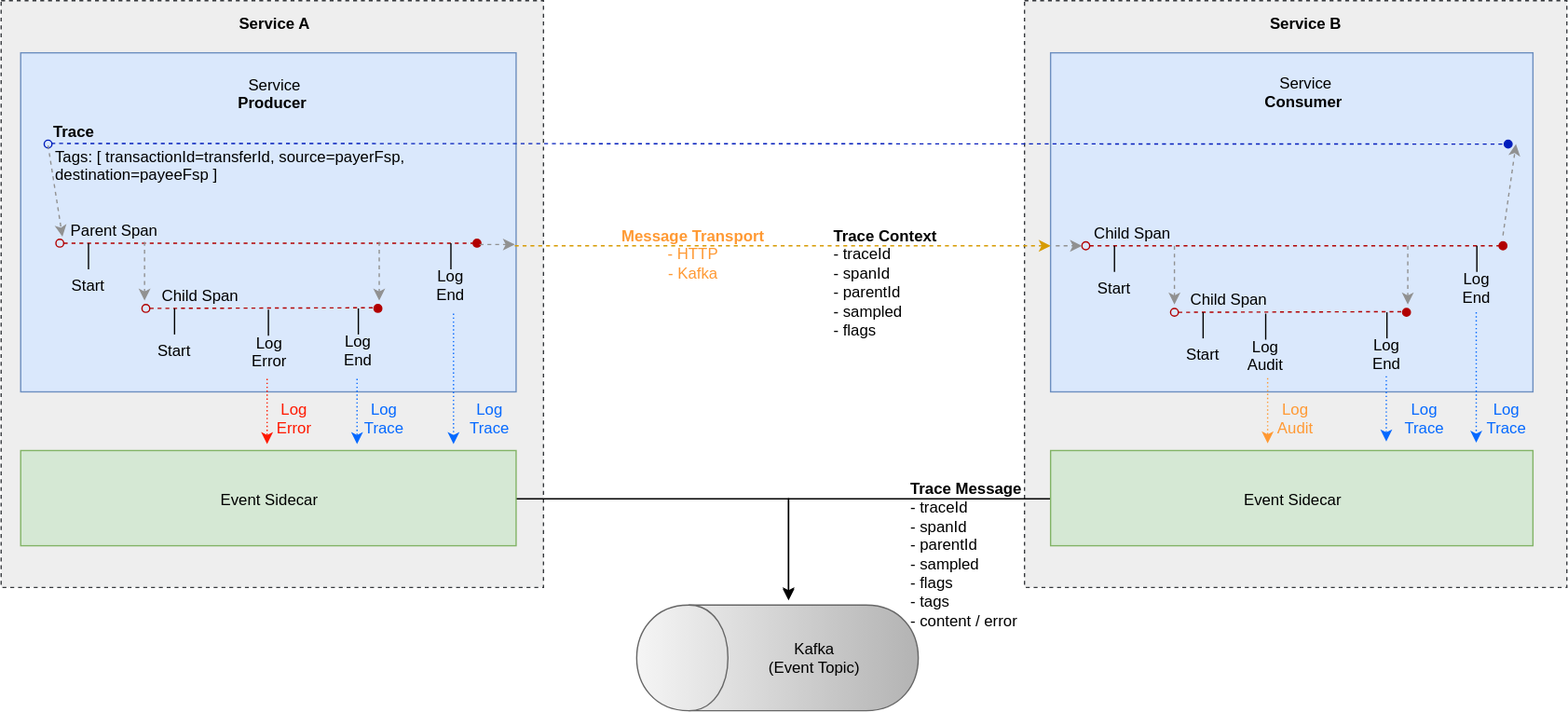
Before: mojaloop-technical-overview/event-framework/assets/diagrams/architecture/architecture-event-trace.svg, a diagram exported from draw.io (mojaloop/documentation). Source tidied: cells renumbered, new cells last; positions are measured from the earlier drawing's top-left corner, leaving out a move shared by most shapes.
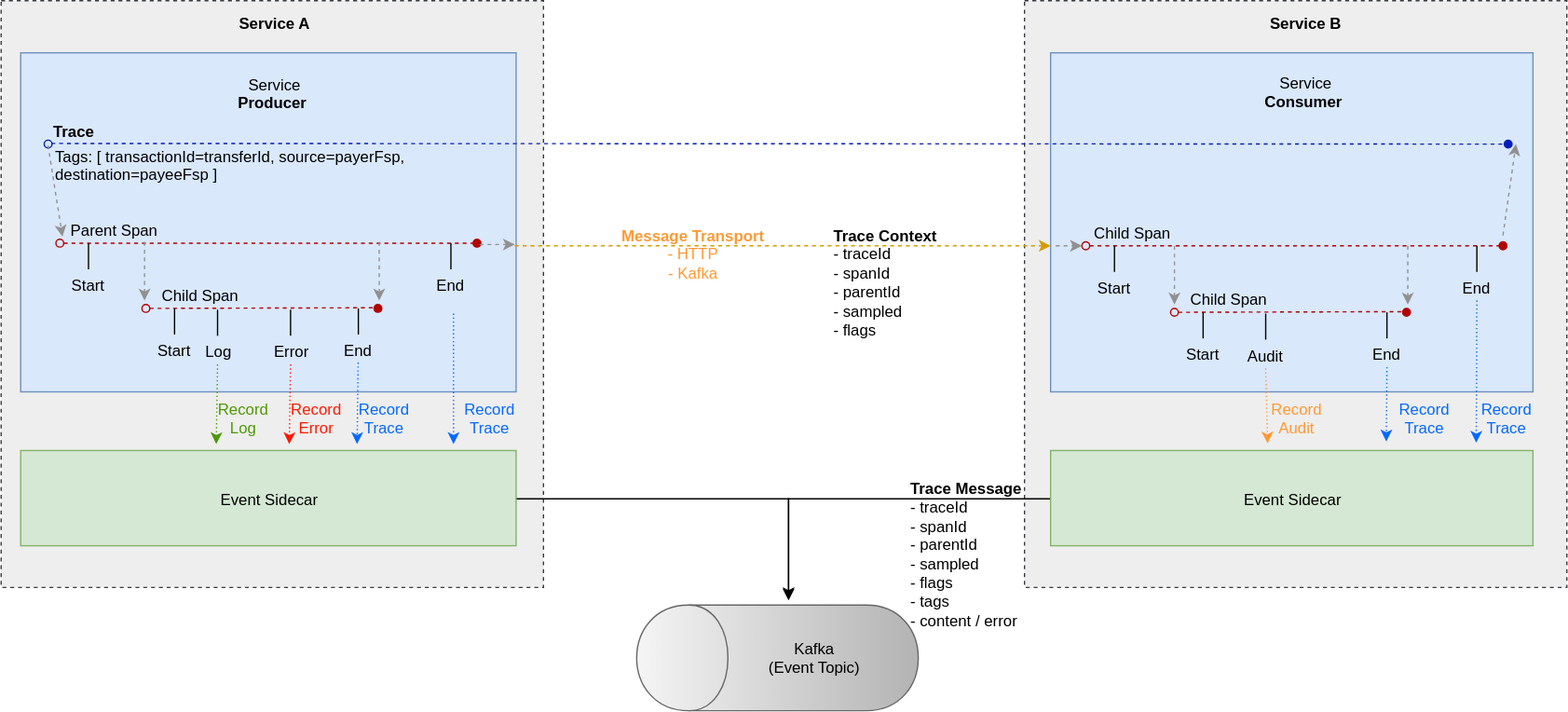
Later version of the same file.

Commit message:
Updated design for error handling changes + tags

Diff of the diagram source:
```diff
@@ -53,7 +53,7 @@
         <mxPoint x="345" y="186" as="targetPoint" />
       </mxGeometry>
     </mxCell>
-    <mxCell id="15" value="Log&lt;br&gt;End&lt;br&gt;" style="text;html=1;strokeColor=none;fillColor=none;align=center;verticalAlign=middle;whiteSpace=wrap;rounded=0;" parent="1" vertex="1">
+    <mxCell id="15" value="End&lt;br&gt;" style="text;html=1;strokeColor=none;fillColor=none;align=center;verticalAlign=middle;whiteSpace=wrap;rounded=0;" parent="1" vertex="1">
       <mxGeometry x="325" y="207.5" width="40" height="20" as="geometry" />
     </mxCell>
     <mxCell id="16" style="endArrow=oval;dashed=1;html=1;startArrow=oval;startFill=0;endFill=1;fillColor=#e51400;strokeColor=#B20000;" parent="1" edge="1">
@@ -80,7 +80,7 @@
         <mxPoint x="1132" y="188" as="targetPoint" />
       </mxGeometry>
     </mxCell>
-    <mxCell id="21" value="Log&lt;br&gt;End&lt;br&gt;" style="text;html=1;strokeColor=none;fillColor=none;align=center;verticalAlign=middle;whiteSpace=wrap;rounded=0;" parent="1" vertex="1">
+    <mxCell id="21" value="End&lt;br&gt;" style="text;html=1;strokeColor=none;fillColor=none;align=center;verticalAlign=middle;whiteSpace=wrap;rounded=0;" parent="1" vertex="1">
       <mxGeometry x="1112" y="209.5" width="40" height="20" as="geometry" />
     </mxCell>
     <mxCell id="22" style="endArrow=oval;dashed=1;html=1;startArrow=oval;startFill=0;endFill=1;fillColor=#e51400;strokeColor=#B20000;" parent="1" edge="1">
@@ -107,7 +107,7 @@
         <mxPoint x="274" y="236" as="targetPoint" />
       </mxGeometry>
     </mxCell>
-    <mxCell id="27" value="Log&lt;br&gt;End&lt;br&gt;" style="text;html=1;strokeColor=none;fillColor=none;align=center;verticalAlign=middle;whiteSpace=wrap;rounded=0;" parent="1" vertex="1">
+    <mxCell id="27" value="End&lt;br&gt;" style="text;html=1;strokeColor=none;fillColor=none;align=center;verticalAlign=middle;whiteSpace=wrap;rounded=0;" parent="1" vertex="1">
       <mxGeometry x="254" y="257.5" width="40" height="20" as="geometry" />
     </mxCell>
     <mxCell id="28" value="&lt;div style=&quot;text-align: justify&quot;&gt;&lt;span&gt;&lt;b&gt;Trace Context&lt;/b&gt;&lt;/span&gt;&lt;br&gt;&lt;span&gt;- traceId&lt;/span&gt;&lt;br&gt;&lt;span&gt;- spanId&lt;/span&gt;&lt;br&gt;&lt;span&gt;- parentId&lt;/span&gt;&lt;br&gt;&lt;/div&gt;&lt;div style=&quot;text-align: justify&quot;&gt;&lt;span&gt;- sampled&lt;/span&gt;&lt;/div&gt;&lt;div style=&quot;text-align: justify&quot;&gt;&lt;span&gt;- flags&lt;/span&gt;&lt;/div&gt;" style="text;html=1;strokeColor=none;fillColor=none;align=center;verticalAlign=middle;whiteSpace=wrap;rounded=0;" parent="1" vertex="1">
@@ -143,7 +143,7 @@
         <mxPoint x="1063" y="239" as="targetPoint" />
       </mxGeometry>
     </mxCell>
-    <mxCell id="36" value="Log&lt;br&gt;End&lt;br&gt;" style="text;html=1;strokeColor=none;fillColor=none;align=center;verticalAlign=middle;whiteSpace=wrap;rounded=0;" parent="1" vertex="1">
+    <mxCell id="36" value="End&lt;br&gt;" style="text;html=1;strokeColor=none;fillColor=none;align=center;verticalAlign=middle;whiteSpace=wrap;rounded=0;" parent="1" vertex="1">
       <mxGeometry x="1043" y="260.5" width="40" height="20" as="geometry" />
     </mxCell>
     <mxCell id="37" value="Message Transport&lt;br&gt;&lt;span style=&quot;font-weight: normal&quot;&gt;- HTTP&lt;br&gt;- Kafka&lt;/span&gt;&lt;br&gt;" style="text;html=1;strokeColor=none;fillColor=none;align=center;verticalAlign=middle;whiteSpace=wrap;rounded=0;fontStyle=1;fontColor=#FF9933;" parent="1" vertex="1">
@@ -151,12 +151,12 @@
     </mxCell>
     <mxCell id="38" style="endArrow=none;html=1;" parent="1" edge="1">
       <mxGeometry relative="1" as="geometry">
-        <mxPoint x="205" y="257" as="sourcePoint" />
-        <mxPoint x="205" y="237" as="targetPoint" />
+        <mxPoint x="222" y="257" as="sourcePoint" />
+        <mxPoint x="222" y="237" as="targetPoint" />
       </mxGeometry>
     </mxCell>
-    <mxCell id="39" value="Log&lt;br&gt;Error&lt;br&gt;" style="text;html=1;strokeColor=none;fillColor=none;align=center;verticalAlign=middle;whiteSpace=wrap;rounded=0;" parent="1" vertex="1">
-      <mxGeometry x="185" y="258.5" width="40" height="20" as="geometry" />
+    <mxCell id="39" value="Error&lt;br&gt;" style="text;html=1;strokeColor=none;fillColor=none;align=center;verticalAlign=middle;whiteSpace=wrap;rounded=0;" parent="1" vertex="1">
+      <mxGeometry x="202" y="258.5" width="40" height="20" as="geometry" />
     </mxCell>
     <mxCell id="40" style="edgeStyle=orthogonalEdgeStyle;rounded=0;jettySize=auto;html=1;startArrow=none;startFill=0;endArrow=classic;endFill=1;exitX=0;exitY=0.5;exitDx=0;exitDy=0;" parent="1" edge="1" source="45">
       <mxGeometry relative="1" as="geometry">
@@ -187,7 +187,7 @@
         <mxPoint x="347" y="340" as="targetPoint" />
       </mxGeometry>
     </mxCell>
-    <mxCell id="47" value="Log Trace&lt;br&gt;" style="text;html=1;strokeColor=none;fillColor=none;align=center;verticalAlign=middle;whiteSpace=wrap;rounded=0;fontColor=#0569FF;" parent="1" vertex="1">
+    <mxCell id="47" value="Record Trace&lt;br&gt;" style="text;html=1;strokeColor=none;fillColor=none;align=center;verticalAlign=middle;whiteSpace=wrap;rounded=0;fontColor=#0569FF;" parent="1" vertex="1">
       <mxGeometry x="1135" y="310" width="40" height="20" as="geometry" />
     </mxCell>
     <mxCell id="48" style="endArrow=classic;html=1;dashed=1;fillColor=#f5f5f5;strokeColor=#919191;" parent="1" edge="1">
@@ -244,41 +244,37 @@
     <mxCell id="58" value="&lt;div style=&quot;text-align: justify&quot;&gt;&lt;div&gt;&lt;b&gt;Trace Message&lt;/b&gt;&lt;br&gt;- traceId&lt;br&gt;- spanId&lt;br&gt;- parentId&lt;br&gt;&lt;/div&gt;&lt;div&gt;- sampled&lt;/div&gt;&lt;div&gt;- flags&lt;/div&gt;&lt;div&gt;- tags&lt;/div&gt;&lt;div&gt;- content / error&lt;/div&gt;&lt;/div&gt;" style="text;html=1;strokeColor=none;fillColor=none;align=center;verticalAlign=middle;whiteSpace=wrap;rounded=0;" parent="1" vertex="1">
       <mxGeometry x="688" y="410" width="103" height="25" as="geometry" />
     </mxCell>
-    <mxCell id="59" style="endArrow=classic;html=1;fontColor=#0000FF;strokeColor=#0569FF;dashed=1;dashPattern=1 2;" parent="1" edge="1">
+    <mxCell id="59" style="endArrow=classic;html=1;fontColor=#0000FF;strokeColor=#0569FF;dashed=1;dashPattern=1 2;exitX=0.5;exitY=1;exitDx=0;exitDy=0;" parent="1" edge="1" source="21">
       <mxGeometry relative="1" as="geometry">
-        <mxPoint x="1131.5" y="239" as="sourcePoint" />
         <mxPoint x="1131.5" y="339" as="targetPoint" />
       </mxGeometry>
     </mxCell>
-    <mxCell id="60" style="endArrow=classic;html=1;fontColor=#0000FF;strokeColor=#0569FF;dashed=1;dashPattern=1 2;" parent="1" edge="1">
+    <mxCell id="60" style="endArrow=classic;html=1;fontColor=#0000FF;strokeColor=#0569FF;dashed=1;dashPattern=1 2;exitX=0.5;exitY=1;exitDx=0;exitDy=0;" parent="1" edge="1" source="27">
       <mxGeometry relative="1" as="geometry">
-        <mxPoint x="273" y="290" as="sourcePoint" />
         <mxPoint x="273" y="340" as="targetPoint" />
       </mxGeometry>
     </mxCell>
-    <mxCell id="61" style="endArrow=classic;html=1;fontColor=#0000FF;strokeColor=#FF1900;dashed=1;dashPattern=1 2;" parent="1" edge="1">
+    <mxCell id="61" style="endArrow=classic;html=1;fontColor=#0000FF;strokeColor=#FF1900;dashed=1;dashPattern=1 2;exitX=0.5;exitY=1;exitDx=0;exitDy=0;" parent="1" edge="1" source="39">
       <mxGeometry relative="1" as="geometry">
-        <mxPoint x="204" y="290" as="sourcePoint" />
-        <mxPoint x="204" y="340" as="targetPoint" />
+        <mxPoint x="221" y="340" as="targetPoint" />
       </mxGeometry>
     </mxCell>
-    <mxCell id="62" style="endArrow=classic;html=1;fontColor=#0000FF;strokeColor=#0569FF;dashed=1;dashPattern=1 2;" parent="1" edge="1">
+    <mxCell id="62" style="endArrow=classic;html=1;fontColor=#0000FF;strokeColor=#0569FF;dashed=1;dashPattern=1 2;exitX=0.5;exitY=1;exitDx=0;exitDy=0;" parent="1" edge="1" source="36">
       <mxGeometry relative="1" as="geometry">
-        <mxPoint x="1062.5" y="288" as="sourcePoint" />
         <mxPoint x="1062.5" y="338" as="targetPoint" />
       </mxGeometry>
     </mxCell>
-    <mxCell id="63" value="Log Trace&lt;br&gt;" style="text;html=1;strokeColor=none;fillColor=none;align=center;verticalAlign=middle;whiteSpace=wrap;rounded=0;fontColor=#0569FF;" parent="1" vertex="1">
+    <mxCell id="63" value="Record Trace&lt;br&gt;" style="text;html=1;strokeColor=none;fillColor=none;align=center;verticalAlign=middle;whiteSpace=wrap;rounded=0;fontColor=#0569FF;" parent="1" vertex="1">
       <mxGeometry x="1072" y="310" width="40" height="20" as="geometry" />
     </mxCell>
-    <mxCell id="64" value="Log Trace&lt;br&gt;" style="text;html=1;strokeColor=none;fillColor=none;align=center;verticalAlign=middle;whiteSpace=wrap;rounded=0;fontColor=#0569FF;" parent="1" vertex="1">
+    <mxCell id="64" value="Record Trace&lt;br&gt;" style="text;html=1;strokeColor=none;fillColor=none;align=center;verticalAlign=middle;whiteSpace=wrap;rounded=0;fontColor=#0569FF;" parent="1" vertex="1">
       <mxGeometry x="355" y="310" width="40" height="20" as="geometry" />
     </mxCell>
-    <mxCell id="65" value="Log Trace&lt;br&gt;" style="text;html=1;strokeColor=none;fillColor=none;align=center;verticalAlign=middle;whiteSpace=wrap;rounded=0;fontColor=#0569FF;" parent="1" vertex="1">
+    <mxCell id="65" value="Record Trace&lt;br&gt;" style="text;html=1;strokeColor=none;fillColor=none;align=center;verticalAlign=middle;whiteSpace=wrap;rounded=0;fontColor=#0569FF;" parent="1" vertex="1">
       <mxGeometry x="274" y="310" width="40" height="20" as="geometry" />
     </mxCell>
-    <mxCell id="66" value="Log Error&lt;br&gt;" style="text;html=1;strokeColor=none;fillColor=none;align=center;verticalAlign=middle;whiteSpace=wrap;rounded=0;fontColor=#FF1900;" parent="1" vertex="1">
-      <mxGeometry x="205" y="310" width="40" height="20" as="geometry" />
+    <mxCell id="66" value="Record Error&lt;br&gt;" style="text;html=1;strokeColor=none;fillColor=none;align=center;verticalAlign=middle;whiteSpace=wrap;rounded=0;fontColor=#FF1900;" parent="1" vertex="1">
+      <mxGeometry x="222" y="310" width="40" height="20" as="geometry" />
     </mxCell>
     <mxCell id="67" style="endArrow=none;html=1;" parent="1" edge="1">
       <mxGeometry relative="1" as="geometry">
@@ -286,17 +282,33 @@
         <mxPoint x="970" y="240" as="targetPoint" />
       </mxGeometry>
     </mxCell>
-    <mxCell id="68" value="Log&lt;br&gt;Audit&lt;br&gt;" style="text;html=1;strokeColor=none;fillColor=none;align=center;verticalAlign=middle;whiteSpace=wrap;rounded=0;" parent="1" vertex="1">
+    <mxCell id="68" value="Audit&lt;br&gt;" style="text;html=1;strokeColor=none;fillColor=none;align=center;verticalAlign=middle;whiteSpace=wrap;rounded=0;" parent="1" vertex="1">
       <mxGeometry x="950" y="261.5" width="40" height="20" as="geometry" />
     </mxCell>
-    <mxCell id="69" style="endArrow=classic;html=1;fontColor=#FF9933;strokeColor=#FF9933;dashed=1;dashPattern=1 2;fillColor=#60a917;" parent="1" edge="1">
+    <mxCell id="69" style="endArrow=classic;html=1;fontColor=#FF9933;strokeColor=#FF9933;dashed=1;dashPattern=1 2;fillColor=#60a917;exitX=0.5;exitY=1;exitDx=0;exitDy=0;" parent="1" edge="1" source="68">
       <mxGeometry relative="1" as="geometry">
-        <mxPoint x="971.5" y="289.5" as="sourcePoint" />
         <mxPoint x="971.5" y="339.5" as="targetPoint" />
       </mxGeometry>
     </mxCell>
-    <mxCell id="70" value="Log Audit&lt;br&gt;" style="text;html=1;strokeColor=none;fillColor=none;align=center;verticalAlign=middle;whiteSpace=wrap;rounded=0;fontColor=#FF9933;" parent="1" vertex="1">
+    <mxCell id="70" value="Record&lt;br&gt;Audit&lt;br&gt;" style="text;html=1;strokeColor=none;fillColor=none;align=center;verticalAlign=middle;whiteSpace=wrap;rounded=0;fontColor=#FF9933;" parent="1" vertex="1">
       <mxGeometry x="972.5" y="309.5" width="40" height="20" as="geometry" />
     </mxCell>
+    <mxCell id="71" style="endArrow=none;html=1;" parent="1" edge="1">
+      <mxGeometry relative="1" as="geometry">
+        <mxPoint x="166" y="257" as="sourcePoint" />
+        <mxPoint x="166" y="237" as="targetPoint" />
+      </mxGeometry>
+    </mxCell>
+    <mxCell id="72" value="Log&lt;br&gt;" style="text;html=1;strokeColor=none;fillColor=none;align=center;verticalAlign=middle;whiteSpace=wrap;rounded=0;" parent="1" vertex="1">
+      <mxGeometry x="146" y="258.5" width="40" height="20" as="geometry" />
+    </mxCell>
+    <mxCell id="73" style="endArrow=classic;html=1;fontColor=#4D9900;strokeColor=#4D9900;dashed=1;dashPattern=1 2;exitX=0.5;exitY=1;exitDx=0;exitDy=0;" parent="1" edge="1" source="72">
+      <mxGeometry relative="1" as="geometry">
+        <mxPoint x="165" y="340" as="targetPoint" />
+      </mxGeometry>
+    </mxCell>
+    <mxCell id="74" value="Record Log&lt;br&gt;" style="text;html=1;strokeColor=none;fillColor=none;align=center;verticalAlign=middle;whiteSpace=wrap;rounded=0;fontColor=#4D9900;" parent="1" vertex="1">
+      <mxGeometry x="166" y="310" width="40" height="20" as="geometry" />
+    </mxCell>
   </root>
 </mxGraphModel>
```
